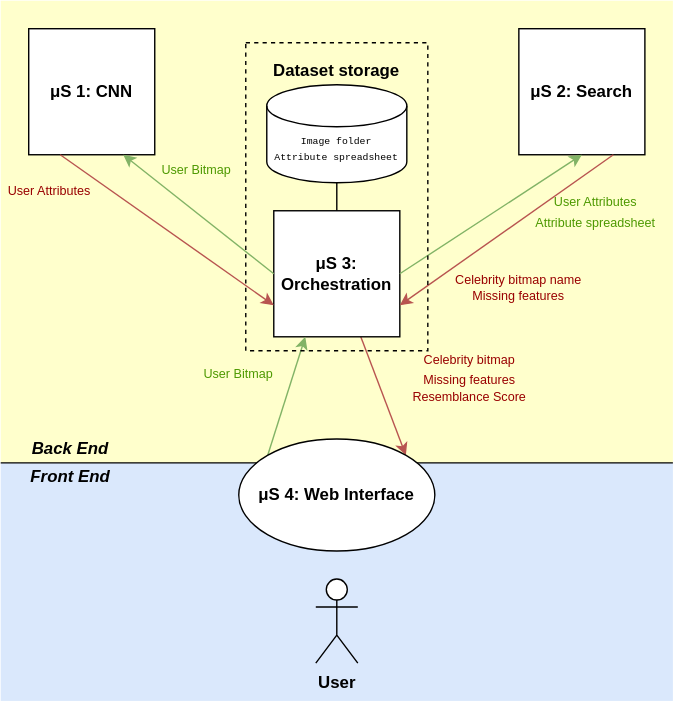
Earlier version of the draw.io export architechture.drawio.svg (Wissem0/Projet-Integrateur-Classification-d-images). Source tidied: cells renumbered, new cells last; positions are measured from the earlier drawing's top-left corner, leaving out a move shared by most shapes.
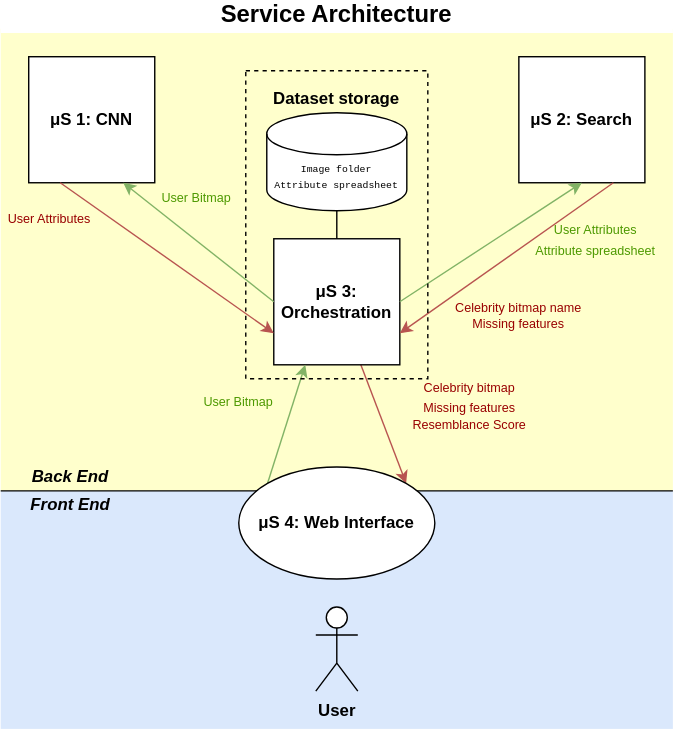
Above is the later version.

Diff of the diagram source:
```diff
@@ -83,5 +83,8 @@
     <mxCell id="28" value="&lt;b&gt;μS 4: &lt;/b&gt;&lt;b&gt;Web Interface&lt;br&gt;&lt;/b&gt;" style="ellipse;whiteSpace=wrap;html=1;fillStyle=solid;fontFamily=Helvetica;fillColor=#FFFFFF;" parent="1" vertex="1">
       <mxGeometry x="170" y="313" width="140" height="80" as="geometry" />
     </mxCell>
+    <mxCell id="29" value="&lt;font style=&quot;font-size: 17px;&quot;&gt;Service Architecture&lt;/font&gt;" style="swimlane;whiteSpace=wrap;html=1;fillStyle=solid;strokeColor=none;fontSize=8;fontColor=#000000;fillColor=default;gradientColor=none;" parent="1" vertex="1">
+      <mxGeometry y="-20" width="480" height="520" as="geometry" />
+    </mxCell>
   </root>
 </mxGraphModel>
```
